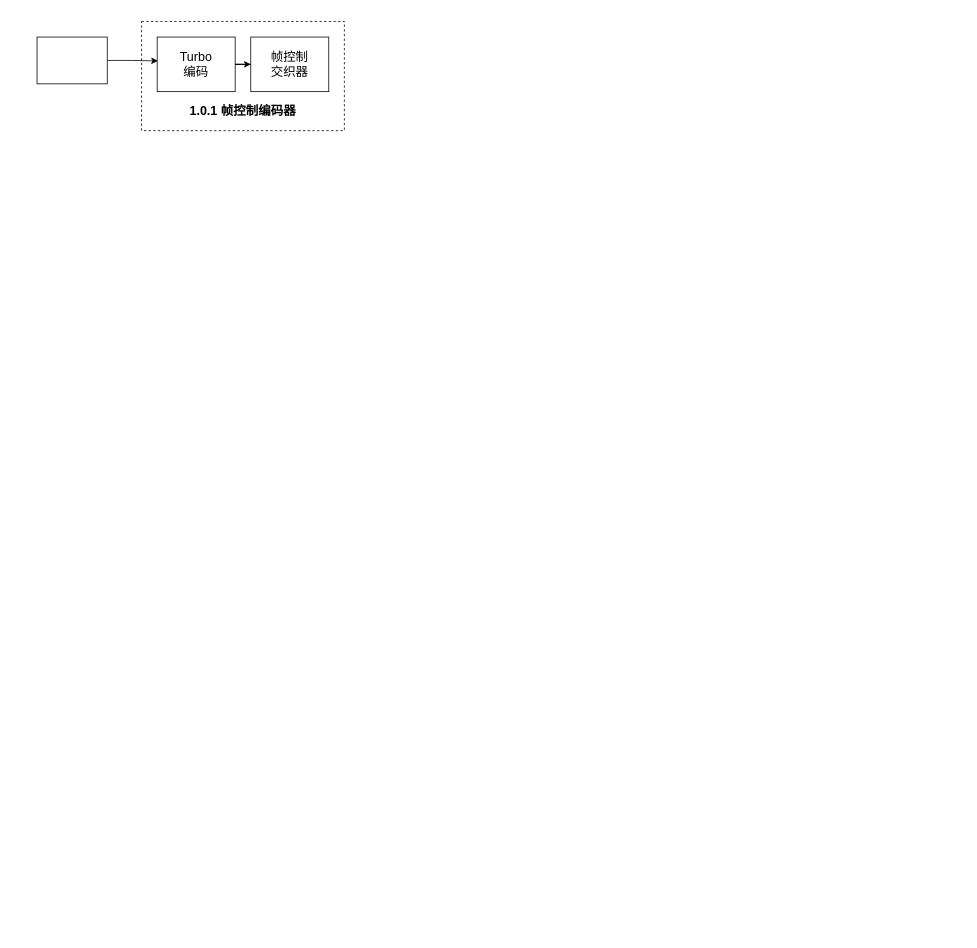
Earlier version of the draw.io diagram HomePlug.drawio (Sheathh/my_HLC). Source tidied: cells renumbered, new cells numbered last; positions are measured from the earlier drawing's top-left corner, leaving out a move shared by most shapes. Both pictures are drawn from the tidied source at 78%, with x=0, y=0 at pixel (37, 21).
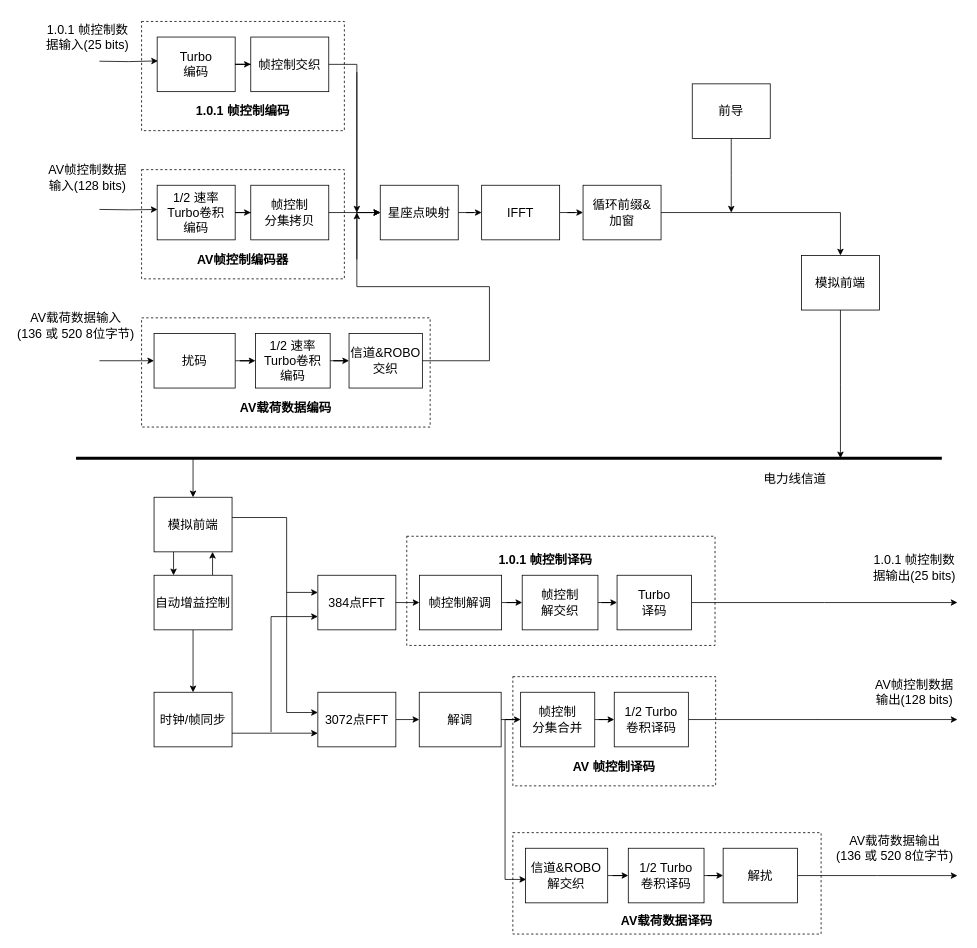
The same page after the edit.

Unchanged cells that the change refers to:
```xml
<mxCell id="2" style="group;dashed=1;" parent="1" vertex="1">
  <mxGeometry x="134" width="260" height="140" as="geometry" />
</mxCell>
<mxCell id="4" value="&lt;font style=&quot;font-size: 16px;&quot;&gt;Turbo&lt;br&gt;编码&lt;/font&gt;" style="rounded=0;whiteSpace=wrap;html=1;" parent="2" vertex="1">
  <mxGeometry x="20" y="20" width="100" height="70" as="geometry" />
</mxCell>
```

Change to the diagram source:
```diff
@@
-    <mxCell id="3" value="&lt;br&gt;&lt;span style=&quot;font-size: 16px;&quot;&gt;&lt;br&gt;&lt;br&gt;&lt;br&gt;&lt;br&gt;&lt;b&gt;1.0.1 帧控制编码器&lt;/b&gt;&lt;/span&gt;" style="rounded=0;whiteSpace=wrap;html=1;dashed=1;" parent="2" vertex="1">
+    <mxCell id="3" value="&lt;br&gt;&lt;span style=&quot;font-size: 16px;&quot;&gt;&lt;br&gt;&lt;br&gt;&lt;br&gt;&lt;br&gt;&lt;b&gt;1.0.1 帧控制编码&lt;/b&gt;&lt;/span&gt;" style="rounded=0;whiteSpace=wrap;html=1;dashed=1;" parent="2" vertex="1">
       <mxGeometry width="260" height="140" as="geometry" />
     </mxCell>
@@
-    <mxCell id="5" value="&lt;font style=&quot;font-size: 16px;&quot;&gt;帧控制&lt;br&gt;交织器&lt;/font&gt;" style="rounded=0;whiteSpace=wrap;html=1;" parent="2" vertex="1">
+    <mxCell id="5" value="&lt;font style=&quot;font-size: 16px;&quot;&gt;帧控制交织&lt;/font&gt;" style="rounded=0;whiteSpace=wrap;html=1;" parent="2" vertex="1">
       <mxGeometry x="140" y="20" width="100" height="70" as="geometry" />
     </mxCell>
@@
-    <mxCell id="7" style="rounded=0;whiteSpace=wrap;html=1;" parent="1" vertex="1">
-      <mxGeometry y="20" width="90" height="60" as="geometry" />
+    <mxCell id="7" value="&lt;font style=&quot;font-size: 16px;&quot;&gt;1.0.1 帧控制数据输入(25 bits)&lt;/font&gt;" style="rounded=0;whiteSpace=wrap;html=1;strokeColor=#FFFFFF;opacity=0;" parent="1" vertex="1">
+      <mxGeometry x="10" y="-10" width="110" height="60" as="geometry" />
     </mxCell>
-    <mxCell id="8" style="edgeStyle=orthogonalEdgeStyle;rounded=0;jettySize=auto;html=1;exitX=1;exitY=0.5;exitDx=0;exitDy=0;entryX=0.01;entryY=0.437;entryDx=0;entryDy=0;entryPerimeter=0;" parent="1" edge="1" source="7" target="4">
-      <mxGeometry relative="1" as="geometry" />
+    <mxCell id="8" style="edgeStyle=orthogonalEdgeStyle;rounded=0;jettySize=auto;html=1;entryX=0.01;entryY=0.437;entryDx=0;entryDy=0;entryPerimeter=0;" parent="1" edge="1" target="4">
+      <mxGeometry relative="1" as="geometry">
+        <mxPoint x="80" y="51" as="sourcePoint" />
+      </mxGeometry>
     </mxCell>
+    <mxCell id="9" value="&lt;font style=&quot;font-size: 16px;&quot;&gt;AV帧控制数据输入(128 bits)&lt;/font&gt;" style="rounded=0;whiteSpace=wrap;html=1;strokeColor=#FFFFFF;opacity=0;" parent="1" vertex="1">
+      <mxGeometry x="10" y="170" width="110" height="60" as="geometry" />
+    </mxCell>
+    <mxCell id="10" style="group;dashed=1;" parent="1" vertex="1">
+      <mxGeometry x="134" y="190" width="260" height="140" as="geometry" />
+    </mxCell>
+    <mxCell id="11" value="&lt;br&gt;&lt;span style=&quot;font-size: 16px;&quot;&gt;&lt;br&gt;&lt;br&gt;&lt;br&gt;&lt;br&gt;&lt;b&gt;AV帧控制编码器&lt;/b&gt;&lt;/span&gt;" style="rounded=0;whiteSpace=wrap;html=1;dashed=1;" parent="10" vertex="1">
+      <mxGeometry width="260" height="140" as="geometry" />
+    </mxCell>
+    <mxCell id="12" value="&lt;font style=&quot;font-size: 16px;&quot;&gt;1/2 速率Turbo卷积&lt;br&gt;编码&lt;/font&gt;" style="rounded=0;whiteSpace=wrap;html=1;" parent="10" vertex="1">
+      <mxGeometry x="20" y="20" width="100" height="70" as="geometry" />
+    </mxCell>
+    <mxCell id="13" value="&lt;span style=&quot;font-size: 16px;&quot;&gt;帧控制&lt;br&gt;分集拷贝&lt;/span&gt;" style="rounded=0;whiteSpace=wrap;html=1;" parent="10" vertex="1">
+      <mxGeometry x="140" y="20" width="100" height="70" as="geometry" />
+    </mxCell>
+    <mxCell id="14" style="edgeStyle=orthogonalEdgeStyle;rounded=0;jettySize=auto;html=1;" parent="10" edge="1" source="12" target="13">
+      <mxGeometry relative="1" as="geometry" />
+    </mxCell>
+    <mxCell id="15" style="edgeStyle=orthogonalEdgeStyle;rounded=0;jettySize=auto;html=1;entryX=0.005;entryY=0.444;entryDx=0;entryDy=0;entryPerimeter=0;" parent="1" edge="1" target="12">
+      <mxGeometry relative="1" as="geometry">
+        <mxPoint x="80" y="241" as="sourcePoint" />
+      </mxGeometry>
+    </mxCell>
+    <mxCell id="16" value="&lt;font style=&quot;font-size: 16px;&quot;&gt;AV载荷数据输入&lt;br&gt;(136 或 520 8位字节)&lt;/font&gt;" style="rounded=0;whiteSpace=wrap;html=1;strokeColor=#FFFFFF;opacity=0;" parent="1" vertex="1">
+      <mxGeometry x="-30" y="360" width="160" height="60" as="geometry" />
+    </mxCell>
+    <mxCell id="17" style="group;dashed=1;" parent="1" vertex="1">
+      <mxGeometry x="134" y="380" width="446" height="140" as="geometry" />
+    </mxCell>
+    <mxCell id="18" value="&lt;br&gt;&lt;span style=&quot;font-size: 16px;&quot;&gt;&lt;br&gt;&lt;br&gt;&lt;br&gt;&lt;br&gt;&lt;b&gt;AV载荷数据编码&lt;/b&gt;&lt;/span&gt;" style="rounded=0;whiteSpace=wrap;html=1;dashed=1;" parent="17" vertex="1">
+      <mxGeometry width="370" height="140" as="geometry" />
+    </mxCell>
+    <mxCell id="19" value="&lt;font style=&quot;font-size: 16px;&quot;&gt;1/2 速率Turbo卷积&lt;br&gt;编码&lt;/font&gt;" style="rounded=0;whiteSpace=wrap;html=1;" parent="17" vertex="1">
+      <mxGeometry x="146" y="20" width="95.8" height="70" as="geometry" />
+    </mxCell>
+    <mxCell id="20" value="&lt;span style=&quot;font-size: 16px;&quot;&gt;信道&amp;amp;ROBO&lt;br&gt;交织&lt;/span&gt;" style="rounded=0;whiteSpace=wrap;html=1;" parent="17" vertex="1">
+      <mxGeometry x="266" y="20" width="94" height="70" as="geometry" />
+    </mxCell>
+    <mxCell id="21" style="edgeStyle=orthogonalEdgeStyle;rounded=0;jettySize=auto;html=1;" parent="17" edge="1" source="19" target="20">
+      <mxGeometry relative="1" as="geometry" />
+    </mxCell>
+    <mxCell id="22" style="edgeStyle=orthogonalEdgeStyle;rounded=0;jettySize=auto;html=1;" parent="17" edge="1" source="23" target="19">
+      <mxGeometry relative="1" as="geometry" />
+    </mxCell>
+    <mxCell id="23" value="&lt;font style=&quot;font-size: 16px;&quot;&gt;扰码&lt;/font&gt;" style="rounded=0;whiteSpace=wrap;html=1;" parent="17" vertex="1">
+      <mxGeometry x="16" y="20" width="104" height="70" as="geometry" />
+    </mxCell>
+    <mxCell id="24" style="edgeStyle=orthogonalEdgeStyle;rounded=0;jettySize=auto;html=1;" parent="1" edge="1" source="25" target="32">
+      <mxGeometry relative="1" as="geometry" />
+    </mxCell>
+    <mxCell id="25" value="&lt;span style=&quot;font-size: 16px;&quot;&gt;星座点映射&lt;/span&gt;" style="rounded=0;whiteSpace=wrap;html=1;" parent="1" vertex="1">
+      <mxGeometry x="440" y="210" width="100" height="70" as="geometry" />
+    </mxCell>
+    <mxCell id="26" style="edgeStyle=orthogonalEdgeStyle;rounded=0;jettySize=auto;html=1;exitX=1;exitY=0.5;exitDx=0;exitDy=0;entryX=0;entryY=0.5;entryDx=0;entryDy=0;" parent="1" edge="1" source="13" target="25">
+      <mxGeometry relative="1" as="geometry" />
+    </mxCell>
+    <mxCell id="27" style="edgeStyle=orthogonalEdgeStyle;rounded=0;jettySize=auto;html=1;exitX=1;exitY=0.5;exitDx=0;exitDy=0;entryX=0;entryY=0.5;entryDx=0;entryDy=0;" parent="1" edge="1" source="5" target="25">
+      <mxGeometry relative="1" as="geometry">
+        <Array as="points">
+          <mxPoint x="410" y="55" />
+          <mxPoint x="410" y="245" />
+        </Array>
+      </mxGeometry>
+    </mxCell>
+    <mxCell id="28" style="edgeStyle=orthogonalEdgeStyle;rounded=0;jettySize=auto;html=1;exitX=1;exitY=0.5;exitDx=0;exitDy=0;entryX=0;entryY=0.5;entryDx=0;entryDy=0;" parent="1" edge="1" source="20" target="25">
+      <mxGeometry relative="1" as="geometry">
+        <Array as="points">
+          <mxPoint x="580" y="435" />
+          <mxPoint x="580" y="340" />
+          <mxPoint x="410" y="340" />
+          <mxPoint x="410" y="245" />
+        </Array>
+      </mxGeometry>
+    </mxCell>
+    <mxCell id="29" style="endArrow=classic;html=1;rounded=0;" parent="1" edge="1">
+      <mxGeometry relative="1" as="geometry">
+        <mxPoint x="410" y="65" as="sourcePoint" />
+        <mxPoint x="410" y="245" as="targetPoint" />
+      </mxGeometry>
+    </mxCell>
+    <mxCell id="30" style="endArrow=classic;html=1;rounded=0;" parent="1" edge="1">
+      <mxGeometry relative="1" as="geometry">
+        <mxPoint x="410" y="305" as="sourcePoint" />
+        <mxPoint x="410" y="245" as="targetPoint" />
+      </mxGeometry>
+    </mxCell>
+    <mxCell id="31" style="edgeStyle=orthogonalEdgeStyle;rounded=0;jettySize=auto;html=1;" parent="1" edge="1" source="32" target="34">
+      <mxGeometry relative="1" as="geometry" />
+    </mxCell>
+    <mxCell id="32" value="&lt;span style=&quot;font-size: 16px;&quot;&gt;IFFT&lt;/span&gt;" style="rounded=0;whiteSpace=wrap;html=1;" parent="1" vertex="1">
+      <mxGeometry x="570" y="210" width="100" height="70" as="geometry" />
+    </mxCell>
+    <mxCell id="33" style="edgeStyle=orthogonalEdgeStyle;rounded=0;jettySize=auto;html=1;exitX=1;exitY=0.5;exitDx=0;exitDy=0;entryX=0.5;entryY=0;entryDx=0;entryDy=0;" parent="1" edge="1" source="34" target="36">
+      <mxGeometry relative="1" as="geometry" />
+    </mxCell>
+    <mxCell id="34" value="&lt;span style=&quot;font-size: 16px;&quot;&gt;循环前缀&amp;amp;&lt;br&gt;加窗&lt;/span&gt;" style="rounded=0;whiteSpace=wrap;html=1;" parent="1" vertex="1">
+      <mxGeometry x="700" y="210" width="100" height="70" as="geometry" />
+    </mxCell>
+    <mxCell id="35" style="edgeStyle=orthogonalEdgeStyle;rounded=0;jettySize=auto;html=1;" parent="1" edge="1" source="36">
+      <mxGeometry relative="1" as="geometry">
+        <mxPoint x="1030" y="560" as="targetPoint" />
+      </mxGeometry>
+    </mxCell>
+    <mxCell id="36" value="&lt;span style=&quot;font-size: 16px;&quot;&gt;模拟前端&lt;/span&gt;" style="rounded=0;whiteSpace=wrap;html=1;" parent="1" vertex="1">
+      <mxGeometry x="980" y="300" width="100" height="70" as="geometry" />
+    </mxCell>
+    <mxCell id="37" style="edgeStyle=orthogonalEdgeStyle;rounded=0;jettySize=auto;html=1;" parent="1" edge="1" source="38">
+      <mxGeometry relative="1" as="geometry">
+        <mxPoint x="890" y="245" as="targetPoint" />
+      </mxGeometry>
+    </mxCell>
+    <mxCell id="38" value="&lt;span style=&quot;font-size: 16px;&quot;&gt;前导&lt;/span&gt;" style="rounded=0;whiteSpace=wrap;html=1;" parent="1" vertex="1">
+      <mxGeometry x="840" y="80" width="100" height="70" as="geometry" />
+    </mxCell>
+    <mxCell id="39" style="endArrow=none;html=1;rounded=0;strokeWidth=4;" parent="1" edge="1">
+      <mxGeometry relative="1" as="geometry">
+        <mxPoint x="50" y="560" as="sourcePoint" />
+        <mxPoint x="1160" y="560" as="targetPoint" />
+      </mxGeometry>
+    </mxCell>
+    <mxCell id="40" value="&lt;span style=&quot;color: rgb(0, 0, 0); font-family: Helvetica; font-size: 16px; font-style: normal; font-variant-ligatures: normal; font-variant-caps: normal; font-weight: 400; letter-spacing: normal; orphans: 2; text-align: center; text-indent: 0px; text-transform: none; widows: 2; word-spacing: 0px; -webkit-text-stroke-width: 0px; background-color: rgb(251, 251, 251); text-decoration-thickness: initial; text-decoration-style: initial; text-decoration-color: initial; float: none; display: inline !important;&quot;&gt;电力线信道&lt;/span&gt;" style="text;whiteSpace=wrap;html=1;" parent="1" vertex="1">
+      <mxGeometry x="930" y="570" width="100" height="40" as="geometry" />
+    </mxCell>
+    <mxCell id="41" style="edgeStyle=orthogonalEdgeStyle;rounded=0;orthogonalLoop=1;jettySize=auto;html=1;" parent="1" edge="1">
+      <mxGeometry relative="1" as="geometry">
+        <mxPoint x="250" y="636" as="sourcePoint" />
+        <mxPoint x="360" y="886" as="targetPoint" />
+        <Array as="points">
+          <mxPoint x="320" y="636" />
+          <mxPoint x="320" y="886" />
+        </Array>
+      </mxGeometry>
+    </mxCell>
+    <mxCell id="42" style="edgeStyle=orthogonalEdgeStyle;rounded=0;jettySize=auto;html=1;exitX=0.25;exitY=1;exitDx=0;exitDy=0;entryX=0.25;entryY=0;entryDx=0;entryDy=0;" parent="1" edge="1" source="43" target="46">
+      <mxGeometry relative="1" as="geometry" />
+    </mxCell>
+    <mxCell id="43" value="&lt;span style=&quot;font-size: 16px;&quot;&gt;模拟前端&lt;/span&gt;" style="rounded=0;whiteSpace=wrap;html=1;" parent="1" vertex="1">
+      <mxGeometry x="150" y="610" width="100" height="70" as="geometry" />
+    </mxCell>
+    <mxCell id="44" style="edgeStyle=orthogonalEdgeStyle;rounded=0;jettySize=auto;html=1;" parent="1" edge="1" source="46" target="49">
+      <mxGeometry relative="1" as="geometry" />
+    </mxCell>
+    <mxCell id="45" style="edgeStyle=orthogonalEdgeStyle;rounded=0;jettySize=auto;html=1;exitX=0.75;exitY=0;exitDx=0;exitDy=0;entryX=0.75;entryY=1;entryDx=0;entryDy=0;" parent="1" edge="1" source="46" target="43">
+      <mxGeometry relative="1" as="geometry" />
+    </mxCell>
+    <mxCell id="46" value="&lt;span style=&quot;font-size: 16px;&quot;&gt;自动增益控制&lt;/span&gt;" style="rounded=0;whiteSpace=wrap;html=1;" parent="1" vertex="1">
+      <mxGeometry x="150" y="710" width="100" height="70" as="geometry" />
+    </mxCell>
+    <mxCell id="47" style="endArrow=classic;html=1;rounded=0;entryX=0.5;entryY=0;entryDx=0;entryDy=0;" parent="1" edge="1" target="43">
+      <mxGeometry relative="1" as="geometry">
+        <mxPoint x="200" y="560" as="sourcePoint" />
+      </mxGeometry>
+    </mxCell>
+    <mxCell id="48" style="edgeStyle=orthogonalEdgeStyle;rounded=0;jettySize=auto;html=1;exitX=1;exitY=0.75;exitDx=0;exitDy=0;entryX=0;entryY=0.75;entryDx=0;entryDy=0;" parent="1" edge="1" source="49" target="52">
+      <mxGeometry relative="1" as="geometry" />
+    </mxCell>
+    <mxCell id="49" value="&lt;span style=&quot;font-size: 16px;&quot;&gt;时钟/帧同步&lt;/span&gt;" style="rounded=0;whiteSpace=wrap;html=1;" parent="1" vertex="1">
+      <mxGeometry x="150" y="860" width="100" height="70" as="geometry" />
+    </mxCell>
+    <mxCell id="50" value="&lt;span style=&quot;font-size: 16px;&quot;&gt;384点FFT&lt;/span&gt;" style="rounded=0;whiteSpace=wrap;html=1;" parent="1" vertex="1">
+      <mxGeometry x="360" y="710" width="100" height="70" as="geometry" />
+    </mxCell>
+    <mxCell id="51" style="edgeStyle=orthogonalEdgeStyle;rounded=0;jettySize=auto;html=1;exitX=1;exitY=0.5;exitDx=0;exitDy=0;entryX=0;entryY=0.5;entryDx=0;entryDy=0;" parent="1" edge="1" source="52" target="64">
+      <mxGeometry relative="1" as="geometry" />
+    </mxCell>
+    <mxCell id="52" value="&lt;span style=&quot;font-size: 16px;&quot;&gt;3072点FFT&lt;/span&gt;" style="rounded=0;whiteSpace=wrap;html=1;" parent="1" vertex="1">
+      <mxGeometry x="360" y="860" width="100" height="70" as="geometry" />
+    </mxCell>
+    <mxCell id="53" style="endArrow=classic;html=1;rounded=0;entryX=0;entryY=0.5;entryDx=0;entryDy=0;" parent="1" edge="1">
+      <mxGeometry relative="1" as="geometry">
+        <mxPoint x="320" y="732" as="sourcePoint" />
+        <mxPoint x="360" y="732" as="targetPoint" />
+      </mxGeometry>
+    </mxCell>
+    <mxCell id="54" style="endArrow=classic;html=1;rounded=0;" parent="1" edge="1">
+      <mxGeometry relative="1" as="geometry">
+        <mxPoint x="300" y="911" as="sourcePoint" />
+        <mxPoint x="360" y="763" as="targetPoint" />
+        <Array as="points">
+          <mxPoint x="300" y="763" />
+        </Array>
+      </mxGeometry>
+    </mxCell>
+    <mxCell id="55" style="group;dashed=1;" parent="1" vertex="1">
+      <mxGeometry x="474" y="690" width="452" height="140" as="geometry" />
+    </mxCell>
+    <mxCell id="56" style="rounded=0;whiteSpace=wrap;html=1;dashed=1;" parent="55" vertex="1">
+      <mxGeometry y="-30" width="395.2" height="140" as="geometry" />
+    </mxCell>
+    <mxCell id="57" value="&lt;span style=&quot;font-size: 16px;&quot;&gt;帧控制&lt;br&gt;解交织&lt;/span&gt;" style="rounded=0;whiteSpace=wrap;html=1;" parent="55" vertex="1">
+      <mxGeometry x="148" y="20" width="97.1" height="70" as="geometry" />
+    </mxCell>
+    <mxCell id="58" style="edgeStyle=orthogonalEdgeStyle;rounded=0;jettySize=auto;html=1;exitX=1;exitY=0.5;exitDx=0;exitDy=0;" parent="55" edge="1" source="59">
+      <mxGeometry relative="1" as="geometry">
+        <mxPoint x="706" y="55" as="targetPoint" />
+      </mxGeometry>
+    </mxCell>
+    <mxCell id="59" value="&lt;span style=&quot;font-size: 16px;&quot;&gt;Turbo&lt;br&gt;译码&lt;/span&gt;" style="rounded=0;whiteSpace=wrap;html=1;" parent="55" vertex="1">
+      <mxGeometry x="269.6" y="20" width="95.3" height="70" as="geometry" />
+    </mxCell>
+    <mxCell id="60" style="edgeStyle=orthogonalEdgeStyle;rounded=0;jettySize=auto;html=1;" parent="55" edge="1" source="57" target="59">
+      <mxGeometry relative="1" as="geometry" />
+    </mxCell>
+    <mxCell id="61" style="edgeStyle=orthogonalEdgeStyle;rounded=0;jettySize=auto;html=1;" parent="55" edge="1" source="62" target="57">
+      <mxGeometry relative="1" as="geometry" />
+    </mxCell>
+    <mxCell id="62" value="&lt;font style=&quot;font-size: 16px;&quot;&gt;帧控制解调&lt;/font&gt;" style="rounded=0;whiteSpace=wrap;html=1;" parent="55" vertex="1">
+      <mxGeometry x="16.2" y="20" width="105.4" height="70" as="geometry" />
+    </mxCell>
+    <mxCell id="63" value="&lt;font style=&quot;font-size: 16px;&quot;&gt;&lt;b&gt;1.0.1 帧控制译码&lt;/b&gt;&lt;/font&gt;" style="rounded=0;whiteSpace=wrap;html=1;strokeColor=#FFFFFF;opacity=0;" parent="55" vertex="1">
+      <mxGeometry x="107.4" y="-30" width="141.9" height="60" as="geometry" />
+    </mxCell>
+    <mxCell id="64" value="&lt;font style=&quot;font-size: 16px;&quot;&gt;解调&lt;/font&gt;" style="rounded=0;whiteSpace=wrap;html=1;" parent="1" vertex="1">
+      <mxGeometry x="490" y="860" width="105" height="70" as="geometry" />
+    </mxCell>
+    <mxCell id="65" style="edgeStyle=orthogonalEdgeStyle;rounded=0;jettySize=auto;html=1;exitX=1;exitY=0.5;exitDx=0;exitDy=0;entryX=0;entryY=0.5;entryDx=0;entryDy=0;" parent="1" edge="1" source="50" target="62">
+      <mxGeometry relative="1" as="geometry" />
+    </mxCell>
+    <mxCell id="66" value="&lt;br&gt;&lt;span style=&quot;font-size: 16px;&quot;&gt;&lt;br&gt;&lt;br&gt;&lt;br&gt;&lt;br&gt;&lt;b&gt;AV 帧控制译码&lt;/b&gt;&lt;/span&gt;" style="rounded=0;whiteSpace=wrap;html=1;dashed=1;" parent="1" vertex="1">
+      <mxGeometry x="610" y="840" width="260" height="140" as="geometry" />
+    </mxCell>
+    <mxCell id="67" value="&lt;span style=&quot;font-size: 16px;&quot;&gt;帧控制&lt;br&gt;分集合并&lt;/span&gt;" style="rounded=0;whiteSpace=wrap;html=1;" parent="1" vertex="1">
+      <mxGeometry x="620" y="860" width="95" height="70" as="geometry" />
+    </mxCell>
+    <mxCell id="68" style="edgeStyle=orthogonalEdgeStyle;rounded=0;jettySize=auto;html=1;exitX=1;exitY=0.5;exitDx=0;exitDy=0;" parent="1" edge="1" source="69">
+      <mxGeometry relative="1" as="geometry">
+        <mxPoint x="1180" y="895" as="targetPoint" />
+      </mxGeometry>
+    </mxCell>
+    <mxCell id="69" value="&lt;span style=&quot;font-size: 16px;&quot;&gt;1/2 Turbo&lt;br&gt;卷积译码&lt;br&gt;&lt;/span&gt;" style="rounded=0;whiteSpace=wrap;html=1;" parent="1" vertex="1">
+      <mxGeometry x="740" y="860" width="95" height="70" as="geometry" />
+    </mxCell>
+    <mxCell id="70" style="edgeStyle=orthogonalEdgeStyle;rounded=0;jettySize=auto;html=1;" parent="1" edge="1" source="67" target="69">
+      <mxGeometry relative="1" as="geometry" />
+    </mxCell>
+    <mxCell id="71" style="edgeStyle=orthogonalEdgeStyle;rounded=0;jettySize=auto;html=1;" parent="1" edge="1" source="64" target="67">
+      <mxGeometry relative="1" as="geometry" />
+    </mxCell>
+    <mxCell id="72" value="&lt;font style=&quot;font-size: 16px;&quot;&gt;&lt;br&gt;&lt;br&gt;&lt;br&gt;&lt;br&gt;&lt;br&gt;&lt;b&gt;AV载荷数据译码&lt;/b&gt;&lt;/font&gt;" style="rounded=0;whiteSpace=wrap;html=1;dashed=1;" parent="1" vertex="1">
+      <mxGeometry x="610" y="1040" width="395.2" height="130" as="geometry" />
+    </mxCell>
+    <mxCell id="73" value="&lt;font style=&quot;font-size: 16px;&quot;&gt;1/2 Turbo&lt;br style=&quot;border-color: var(--border-color);&quot;&gt;&lt;/font&gt;&lt;span style=&quot;font-size: 16px;&quot;&gt;卷积译码&lt;/span&gt;" style="rounded=0;whiteSpace=wrap;html=1;" parent="1" vertex="1">
+      <mxGeometry x="758" y="1060" width="97.1" height="70" as="geometry" />
+    </mxCell>
+    <mxCell id="74" style="edgeStyle=orthogonalEdgeStyle;rounded=0;jettySize=auto;html=1;exitX=1;exitY=0.5;exitDx=0;exitDy=0;" parent="1" edge="1" source="75">
+      <mxGeometry relative="1" as="geometry">
+        <mxPoint x="1180" y="1095.1" as="targetPoint" />
+      </mxGeometry>
+    </mxCell>
+    <mxCell id="75" value="&lt;span style=&quot;font-size: 16px;&quot;&gt;解扰&lt;/span&gt;" style="rounded=0;whiteSpace=wrap;html=1;" parent="1" vertex="1">
+      <mxGeometry x="879.6" y="1060" width="95.3" height="70" as="geometry" />
+    </mxCell>
+    <mxCell id="76" style="edgeStyle=orthogonalEdgeStyle;rounded=0;jettySize=auto;html=1;" parent="1" edge="1" source="73" target="75">
+      <mxGeometry relative="1" as="geometry" />
+    </mxCell>
+    <mxCell id="77" style="edgeStyle=orthogonalEdgeStyle;rounded=0;jettySize=auto;html=1;" parent="1" edge="1" source="78" target="73">
+      <mxGeometry relative="1" as="geometry" />
+    </mxCell>
+    <mxCell id="78" value="&lt;font style=&quot;font-size: 16px;&quot;&gt;信道&amp;amp;ROBO&lt;br style=&quot;border-color: var(--border-color);&quot;&gt;&lt;/font&gt;&lt;span style=&quot;font-size: 16px;&quot;&gt;解交织&lt;/span&gt;" style="rounded=0;whiteSpace=wrap;html=1;" parent="1" vertex="1">
+      <mxGeometry x="626.2" y="1060" width="105.4" height="70" as="geometry" />
+    </mxCell>
+    <mxCell id="79" style="endArrow=classic;html=1;rounded=0;entryX=0;entryY=0.5;entryDx=0;entryDy=0;" parent="1" edge="1" target="23">
+      <mxGeometry relative="1" as="geometry">
+        <mxPoint x="80" y="435" as="sourcePoint" />
+      </mxGeometry>
+    </mxCell>
+    <mxCell id="80" style="endArrow=classic;html=1;rounded=0;entryX=0.008;entryY=0.571;entryDx=0;entryDy=0;entryPerimeter=0;" parent="1" edge="1" target="78">
+      <mxGeometry relative="1" as="geometry">
+        <mxPoint x="600" y="895" as="sourcePoint" />
+        <Array as="points">
+          <mxPoint x="600" y="1100" />
+        </Array>
+      </mxGeometry>
+    </mxCell>
+    <mxCell id="81" value="&lt;font style=&quot;font-size: 16px;&quot;&gt;1.0.1 帧控制数据输出(25 bits)&lt;/font&gt;" style="rounded=0;whiteSpace=wrap;html=1;strokeColor=#FFFFFF;opacity=0;" parent="1" vertex="1">
+      <mxGeometry x="1070" y="670" width="110" height="60" as="geometry" />
+    </mxCell>
+    <mxCell id="82" value="&lt;font style=&quot;font-size: 16px;&quot;&gt;AV帧控制数据输出(128 bits)&lt;/font&gt;" style="rounded=0;whiteSpace=wrap;html=1;strokeColor=#FFFFFF;opacity=0;" parent="1" vertex="1">
+      <mxGeometry x="1070" y="830" width="110" height="60" as="geometry" />
+    </mxCell>
+    <mxCell id="83" value="&lt;font style=&quot;font-size: 16px;&quot;&gt;AV载荷数据输出&lt;br&gt;(136 或 520 8位字节)&lt;/font&gt;" style="rounded=0;whiteSpace=wrap;html=1;strokeColor=#FFFFFF;opacity=0;" parent="1" vertex="1">
+      <mxGeometry x="1020" y="1030" width="160" height="60" as="geometry" />
+    </mxCell>
```
